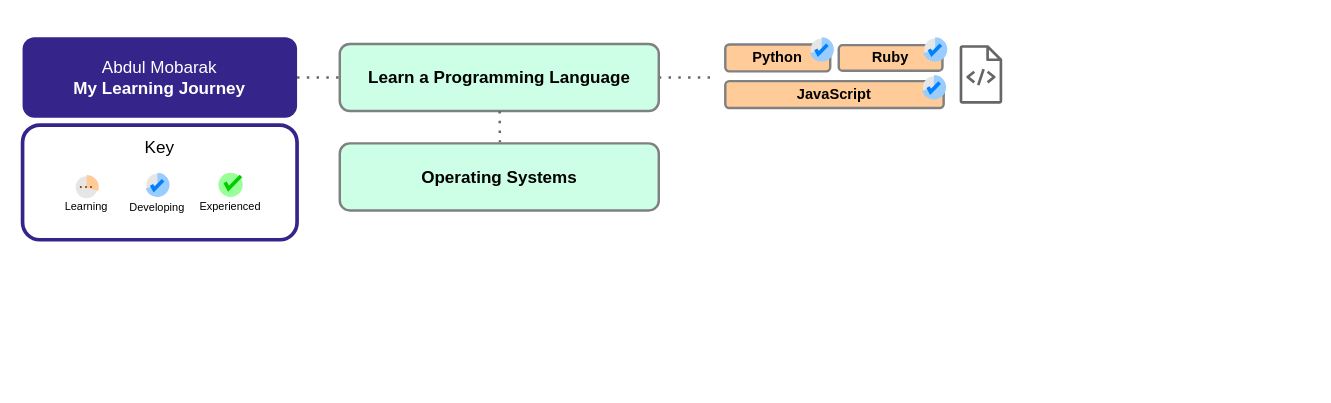
abdulrm94/my-learning keeps this draw.io diagram as MyLearning.drawio. Above is the earlier version. Source tidied: cells renumbered, new cells numbered last; positions are measured from the earlier drawing's top-left corner, leaving out a move shared by most shapes. Both pictures are drawn from the tidied source at 122%, with x=0, y=0 at pixel (22, 37).
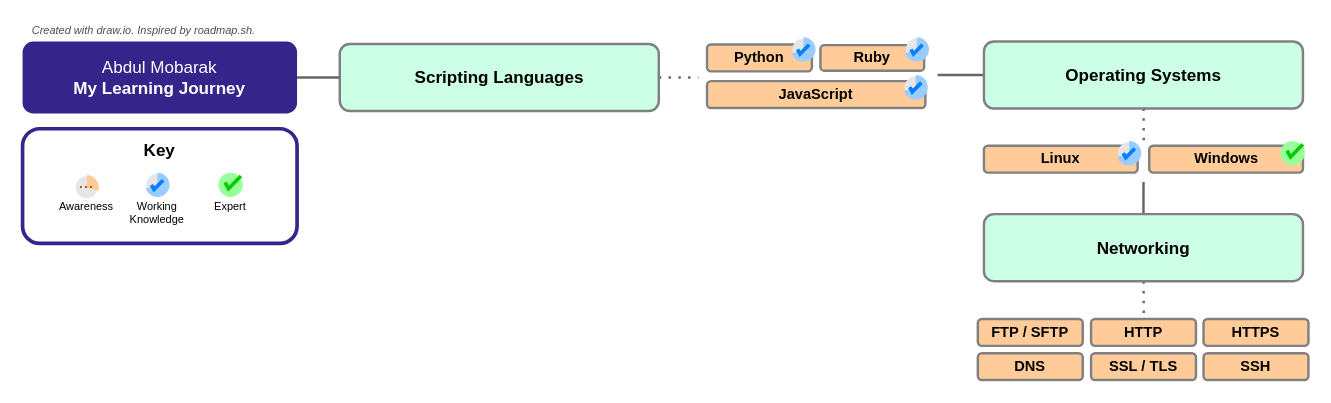
The same page after the edit.

What changed in the source:
```diff
@@
+    <mxCell id="38" value="&lt;span style=&quot;font-size: 14px;&quot;&gt;Key&lt;/span&gt;" style="rounded=1;whiteSpace=wrap;html=1;fontFamily=Helvetica;fontSize=14;fontColor=#000000;strokeColor=#35248A;fillColor=none;fontStyle=1;strokeWidth=3;verticalAlign=top;spacingTop=3;" parent="1" vertex="1">
+      <mxGeometry y="75" width="225" height="94" as="geometry" />
+    </mxCell>
     <mxCell id="2" value="&lt;span style=&quot;font-weight: normal; font-size: 14px;&quot;&gt;Abdul Mobarak&lt;br style=&quot;font-size: 14px;&quot;&gt;&lt;/span&gt;My Learning Journey" style="rounded=1;whiteSpace=wrap;html=1;fontFamily=Helvetica;fontSize=14;fontColor=#ffffff;strokeColor=none;fillColor=#35248A;fontStyle=1;" parent="1" vertex="1">
-      <mxGeometry width="225" height="66" as="geometry" />
+      <mxGeometry y="3.5" width="225" height="59" as="geometry" />
     </mxCell>
     <mxCell id="3" value="Ruby" style="text;strokeColor=#808080;fillColor=#FFCC99;align=center;verticalAlign=middle;spacingLeft=0;spacingRight=0;overflow=hidden;whiteSpace=wrap;html=1;spacing=0;fontStyle=1;strokeWidth=2;rounded=1;fontSize=12;" parent="1" vertex="1">
-      <mxGeometry x="669" y="6.5" width="85" height="21" as="geometry" />
+      <mxGeometry x="654" y="6.5" width="85" height="21" as="geometry" />
     </mxCell>
     <mxCell id="4" style="edgeStyle=none;shape=connector;rounded=0;jettySize=auto;html=1;dashed=1;dashPattern=1 3;labelBackgroundColor=default;strokeColor=#666666;strokeWidth=2;fontFamily=Helvetica;fontSize=11;fontColor=default;endArrow=none;" parent="1" edge="1" source="5">
       <mxGeometry relative="1" as="geometry">
-        <mxPoint x="569" y="33" as="targetPoint" />
+        <mxPoint x="554" y="33" as="targetPoint" />
       </mxGeometry>
     </mxCell>
-    <mxCell id="5" value="Learn a Programming&amp;nbsp;Language" style="text;strokeColor=#808080;fillColor=#CCFFE6;align=center;verticalAlign=middle;spacingLeft=0;spacingRight=0;overflow=hidden;points=[[0,0.5],[1,0.5]];portConstraint=eastwest;whiteSpace=wrap;html=1;spacing=0;fontStyle=1;strokeWidth=2;rounded=1;fontSize=14;comic=0;" parent="1" vertex="1" collapsed="1">
+    <mxCell id="5" value="Scripting Languages" style="text;strokeColor=#808080;fillColor=#CCFFE6;align=center;verticalAlign=middle;spacingLeft=0;spacingRight=0;overflow=hidden;points=[[0,0.5],[1,0.5]];portConstraint=eastwest;whiteSpace=wrap;html=1;spacing=0;fontStyle=1;strokeWidth=2;rounded=1;fontSize=14;comic=0;" parent="1" vertex="1" collapsed="1">
       <mxGeometry x="260" y="5.5" width="261.5" height="55" as="geometry" />
     </mxCell>
     <mxCell id="6" value="Python&lt;br style=&quot;font-size: 12px;&quot;&gt;" style="text;strokeColor=#808080;fillColor=#FFCC99;align=center;verticalAlign=middle;spacingLeft=0;spacingRight=0;overflow=hidden;whiteSpace=wrap;html=1;spacing=0;fontStyle=1;strokeWidth=2;rounded=1;fontSize=12;" parent="1" vertex="1">
-      <mxGeometry x="576" y="6" width="86" height="22" as="geometry" />
+      <mxGeometry x="561" y="6" width="86" height="22" as="geometry" />
     </mxCell>
     <mxCell id="7" value="JavaScript" style="text;strokeColor=#808080;fillColor=#FFCC99;align=center;verticalAlign=middle;spacingLeft=0;spacingRight=0;overflow=hidden;whiteSpace=wrap;html=1;spacing=0;fontStyle=1;strokeWidth=2;rounded=1;fontSize=12;" parent="1" vertex="1">
-      <mxGeometry x="576" y="36" width="179" height="22" as="geometry" />
+      <mxGeometry x="561" y="36" width="179" height="22" as="geometry" />
     </mxCell>
-    <mxCell id="8" style="endArrow=none;dashed=1;html=1;dashPattern=1 3;strokeWidth=2;rounded=0;strokeColor=#666666;" parent="1" edge="1" source="2" target="5">
+    <mxCell id="8" style="endArrow=none;html=1;strokeWidth=2;rounded=0;strokeColor=#666666;" parent="1" edge="1" source="2" target="5">
       <mxGeometry relative="1" as="geometry" />
     </mxCell>
-    <mxCell id="9" style="endArrow=none;dashed=1;html=1;dashPattern=1 3;strokeWidth=2;rounded=0;strokeColor=#666666;entryX=0.502;entryY=-0.015;entryDx=0;entryDy=0;entryPerimeter=0;" parent="1" edge="1" source="5" target="11">
-      <mxGeometry relative="1" as="geometry" />
+    <mxCell id="9" style="endArrow=none;html=1;strokeWidth=2;rounded=0;strokeColor=#666666;exitX=0;exitY=0.5;exitDx=0;exitDy=0;" parent="1" edge="1" source="11">
+      <mxGeometry relative="1" as="geometry">
+        <mxPoint x="750" y="31" as="targetPoint" />
+      </mxGeometry>
     </mxCell>
-    <mxCell id="10" style="sketch=0;fontColor=#232F3E;gradientColor=none;fillColor=#666666;strokeColor=none;dashed=0;verticalLabelPosition=bottom;verticalAlign=top;align=center;html=1;fontSize=12;fontStyle=0;shape=mxgraph.aws4.source_code;" parent="1" vertex="1">
-      <mxGeometry x="768" y="6.5" width="35.1" height="48" as="geometry" />
-    </mxCell>
+    <mxCell id="40" style="edgeStyle=none;shape=connector;rounded=0;jettySize=auto;html=1;dashed=1;dashPattern=1 3;labelBackgroundColor=default;strokeColor=#666666;strokeWidth=2;fontFamily=Helvetica;fontSize=12;fontColor=default;endArrow=none;" parent="1" edge="1" source="11">
+      <mxGeometry relative="1" as="geometry">
+        <mxPoint x="919" y="87" as="targetPoint" />
+      </mxGeometry>
+    </mxCell>
     <mxCell id="11" value="Operating Systems" style="text;strokeColor=#808080;fillColor=#CCFFE6;align=center;verticalAlign=middle;spacingLeft=0;spacingRight=0;overflow=hidden;points=[[0,0.5],[1,0.5]];portConstraint=eastwest;whiteSpace=wrap;html=1;spacing=0;fontStyle=1;strokeWidth=2;rounded=1;fontSize=14;comic=0;" parent="1" vertex="1" collapsed="1">
-      <mxGeometry x="260" y="87" width="261.5" height="55" as="geometry" />
+      <mxGeometry x="788" y="3.5" width="261.5" height="55" as="geometry" />
     </mxCell>
     <mxCell id="12" style="group;" parent="1" vertex="1">
-      <mxGeometry x="738" width="20" height="20" as="geometry" />
+      <mxGeometry x="723" width="20" height="20" as="geometry" />
     </mxCell>
@@
     <mxCell id="16" style="group;" parent="1" vertex="1">
-      <mxGeometry x="645" width="20" height="20" as="geometry" />
+      <mxGeometry x="630" width="20" height="20" as="geometry" />
     </mxCell>
@@
     <mxCell id="20" style="group;" parent="1" vertex="1">
-      <mxGeometry x="737" y="31" width="20" height="20" as="geometry" />
+      <mxGeometry x="722" y="31" width="20" height="20" as="geometry" />
     </mxCell>
@@
-    <mxCell id="35" value="Learning" style="text;html=1;strokeColor=none;fillColor=none;align=center;verticalAlign=middle;whiteSpace=wrap;rounded=0;fontSize=9;fontFamily=Helvetica;fontColor=default;" parent="1" vertex="1">
+    <mxCell id="35" value="Awareness" style="text;html=1;strokeColor=none;fillColor=none;align=center;verticalAlign=middle;whiteSpace=wrap;rounded=0;fontSize=9;fontFamily=Helvetica;fontColor=default;" parent="1" vertex="1">
       <mxGeometry x="31" y="130" width="43" height="17" as="geometry" />
     </mxCell>
-    <mxCell id="36" value="Developing" style="text;html=1;strokeColor=none;fillColor=none;align=center;verticalAlign=middle;whiteSpace=wrap;rounded=0;fontSize=9;fontFamily=Helvetica;fontColor=default;" parent="1" vertex="1">
+    <mxCell id="36" value="Working Knowledge" style="text;html=1;strokeColor=none;fillColor=none;align=center;verticalAlign=middle;whiteSpace=wrap;rounded=0;fontSize=9;fontFamily=Helvetica;fontColor=default;spacingTop=9;" parent="1" vertex="1">
       <mxGeometry x="89" y="131" width="43" height="17" as="geometry" />
     </mxCell>
-    <mxCell id="37" value="Experienced" style="text;html=1;strokeColor=none;fillColor=none;align=center;verticalAlign=middle;whiteSpace=wrap;rounded=0;fontSize=9;fontFamily=Helvetica;fontColor=default;" parent="1" vertex="1">
+    <mxCell id="37" value="Expert" style="text;html=1;strokeColor=none;fillColor=none;align=center;verticalAlign=middle;whiteSpace=wrap;rounded=0;fontSize=9;fontFamily=Helvetica;fontColor=default;" parent="1" vertex="1">
       <mxGeometry x="149" y="130" width="43" height="17" as="geometry" />
     </mxCell>
-    <mxCell id="38" value="&lt;span style=&quot;font-weight: 400; font-size: 14px;&quot;&gt;Key&lt;/span&gt;" style="rounded=1;whiteSpace=wrap;html=1;fontFamily=Helvetica;fontSize=14;fontColor=#000000;strokeColor=#35248A;fillColor=none;fontStyle=1;strokeWidth=3;verticalAlign=top;spacingTop=3;" parent="1" vertex="1">
-      <mxGeometry y="72" width="225" height="94" as="geometry" />
-    </mxCell>
+    <mxCell id="41" value="Linux" style="text;strokeColor=#808080;fillColor=#FFCC99;align=center;verticalAlign=middle;spacingLeft=0;spacingRight=0;overflow=hidden;whiteSpace=wrap;html=1;spacing=0;fontStyle=1;strokeWidth=2;rounded=1;fontSize=12;" parent="1" vertex="1">
+      <mxGeometry x="788" y="89" width="126" height="22" as="geometry" />
+    </mxCell>
+    <mxCell id="42" style="edgeStyle=none;shape=connector;rounded=0;jettySize=auto;html=1;labelBackgroundColor=default;strokeColor=#666666;strokeWidth=2;fontFamily=Helvetica;fontSize=12;fontColor=default;endArrow=none;" parent="1" edge="1" source="44">
+      <mxGeometry relative="1" as="geometry">
+        <mxPoint x="918.8" y="118.7" as="targetPoint" />
+      </mxGeometry>
+    </mxCell>
+    <mxCell id="43" style="edgeStyle=none;shape=connector;rounded=0;jettySize=auto;html=1;dashed=1;dashPattern=1 3;labelBackgroundColor=default;strokeColor=#666666;strokeWidth=2;fontFamily=Helvetica;fontSize=12;fontColor=default;endArrow=none;" parent="1" edge="1" source="44">
+      <mxGeometry relative="1" as="geometry">
+        <mxPoint x="919" y="226" as="targetPoint" />
+      </mxGeometry>
+    </mxCell>
+    <mxCell id="44" value="Networking" style="text;strokeColor=#808080;fillColor=#CCFFE6;align=center;verticalAlign=middle;spacingLeft=0;spacingRight=0;overflow=hidden;points=[[0,0.5],[1,0.5]];portConstraint=eastwest;whiteSpace=wrap;html=1;spacing=0;fontStyle=1;strokeWidth=2;rounded=1;fontSize=14;comic=0;" parent="1" vertex="1" collapsed="1">
+      <mxGeometry x="788" y="145" width="261.5" height="55" as="geometry" />
+    </mxCell>
+    <mxCell id="45" value="Created with draw.io. Inspired by roadmap.sh.&amp;nbsp;" style="text;html=1;strokeColor=none;fillColor=none;align=left;verticalAlign=middle;whiteSpace=wrap;rounded=0;fontSize=9;fontFamily=Helvetica;fontColor=#4D4D4D;fontStyle=2;" parent="1" vertex="1">
+      <mxGeometry x="6" y="-13.5" width="193" height="17" as="geometry" />
+    </mxCell>
+    <mxCell id="46" value="FTP / SFTP" style="text;strokeColor=#808080;fillColor=#FFCC99;align=center;verticalAlign=middle;spacingLeft=0;spacingRight=0;overflow=hidden;whiteSpace=wrap;html=1;spacing=0;fontStyle=1;strokeWidth=2;rounded=1;fontSize=12;" parent="1" vertex="1">
+      <mxGeometry x="783" y="231" width="86" height="22" as="geometry" />
+    </mxCell>
+    <mxCell id="47" value="HTTP" style="text;strokeColor=#808080;fillColor=#FFCC99;align=center;verticalAlign=middle;spacingLeft=0;spacingRight=0;overflow=hidden;whiteSpace=wrap;html=1;spacing=0;fontStyle=1;strokeWidth=2;rounded=1;fontSize=12;" parent="1" vertex="1">
+      <mxGeometry x="875.8" y="231" width="86" height="22" as="geometry" />
+    </mxCell>
+    <mxCell id="48" value="HTTPS" style="text;strokeColor=#808080;fillColor=#FFCC99;align=center;verticalAlign=middle;spacingLeft=0;spacingRight=0;overflow=hidden;whiteSpace=wrap;html=1;spacing=0;fontStyle=1;strokeWidth=2;rounded=1;fontSize=12;" parent="1" vertex="1">
+      <mxGeometry x="968" y="231" width="86" height="22" as="geometry" />
+    </mxCell>
+    <mxCell id="49" value="DNS" style="text;strokeColor=#808080;fillColor=#FFCC99;align=center;verticalAlign=middle;spacingLeft=0;spacingRight=0;overflow=hidden;whiteSpace=wrap;html=1;spacing=0;fontStyle=1;strokeWidth=2;rounded=1;fontSize=12;" parent="1" vertex="1">
+      <mxGeometry x="783" y="259" width="86" height="22" as="geometry" />
+    </mxCell>
+    <mxCell id="50" value="SSL / TLS" style="text;strokeColor=#808080;fillColor=#FFCC99;align=center;verticalAlign=middle;spacingLeft=0;spacingRight=0;overflow=hidden;whiteSpace=wrap;html=1;spacing=0;fontStyle=1;strokeWidth=2;rounded=1;fontSize=12;" parent="1" vertex="1">
+      <mxGeometry x="875.8" y="259" width="86" height="22" as="geometry" />
+    </mxCell>
+    <mxCell id="51" value="SSH" style="text;strokeColor=#808080;fillColor=#FFCC99;align=center;verticalAlign=middle;spacingLeft=0;spacingRight=0;overflow=hidden;whiteSpace=wrap;html=1;spacing=0;fontStyle=1;strokeWidth=2;rounded=1;fontSize=12;" parent="1" vertex="1">
+      <mxGeometry x="968" y="259" width="86" height="22" as="geometry" />
+    </mxCell>
+    <mxCell id="52" value="Windows" style="text;strokeColor=#808080;fillColor=#FFCC99;align=center;verticalAlign=middle;spacingLeft=0;spacingRight=0;overflow=hidden;whiteSpace=wrap;html=1;spacing=0;fontStyle=1;strokeWidth=2;rounded=1;fontSize=12;" parent="1" vertex="1">
+      <mxGeometry x="923.5" y="89" width="126" height="22" as="geometry" />
+    </mxCell>
+    <mxCell id="53" style="group;fontFamily=Helvetica;fontSize=12;fontColor=default;" parent="1" vertex="1">
+      <mxGeometry x="897" y="85" width="20" height="20" as="geometry" />
+    </mxCell>
+    <mxCell id="54" style="ellipse;whiteSpace=wrap;html=1;strokeColor=none;fillColor=#E6E6E6;strokeWidth=2;fontFamily=Helvetica;fontSize=12;fontColor=default;" parent="53" vertex="1">
+      <mxGeometry x="1" y="1" width="17.9" height="17.9" as="geometry" />
+    </mxCell>
+    <mxCell id="55" style="verticalLabelPosition=middle;verticalAlign=middle;html=1;shape=mxgraph.basic.partConcEllipse;startAngle=0;endAngle=0.7;arcWidth=1;strokeColor=none;fillColor=#99CCFF;fontSize=22;fontColor=#10739E;align=center;fontStyle=1;whiteSpace=wrap;fontFamily=Helvetica;" parent="53" vertex="1">
+      <mxGeometry width="20" height="20" as="geometry" />
+    </mxCell>
+    <mxCell id="56" style="html=1;verticalLabelPosition=bottom;labelBackgroundColor=#ffffff;verticalAlign=top;shadow=0;dashed=0;strokeWidth=3;shape=mxgraph.ios7.misc.check;strokeColor=#007FFF;gradientColor=none;fontFamily=Helvetica;fontSize=12;fontColor=default;" parent="53" vertex="1">
+      <mxGeometry x="5.2" y="6.2" width="9.5" height="7.6" as="geometry" />
+    </mxCell>
+    <mxCell id="57" style="group;fontFamily=Helvetica;fontSize=12;fontColor=default;" parent="1" vertex="1">
+      <mxGeometry x="1031" y="85" width="20" height="20" as="geometry" />
+    </mxCell>
+    <mxCell id="58" style="verticalLabelPosition=middle;verticalAlign=middle;html=1;shape=mxgraph.basic.partConcEllipse;startAngle=0;endAngle=1;arcWidth=1;strokeColor=none;fillColor=#99FF99;fontSize=22;fontColor=#10739E;align=center;fontStyle=1;whiteSpace=wrap;fontFamily=Helvetica;" parent="57" vertex="1">
+      <mxGeometry width="20" height="20" as="geometry" />
+    </mxCell>
+    <mxCell id="59" style="html=1;verticalLabelPosition=bottom;labelBackgroundColor=#ffffff;verticalAlign=top;shadow=0;dashed=0;strokeWidth=3;shape=mxgraph.ios7.misc.check;strokeColor=#00CC00;gradientColor=none;fontFamily=Helvetica;fontSize=12;fontColor=default;" parent="57" vertex="1">
+      <mxGeometry x="5.5" y="2.8" width="13" height="10.4" as="geometry" />
+    </mxCell>
```
